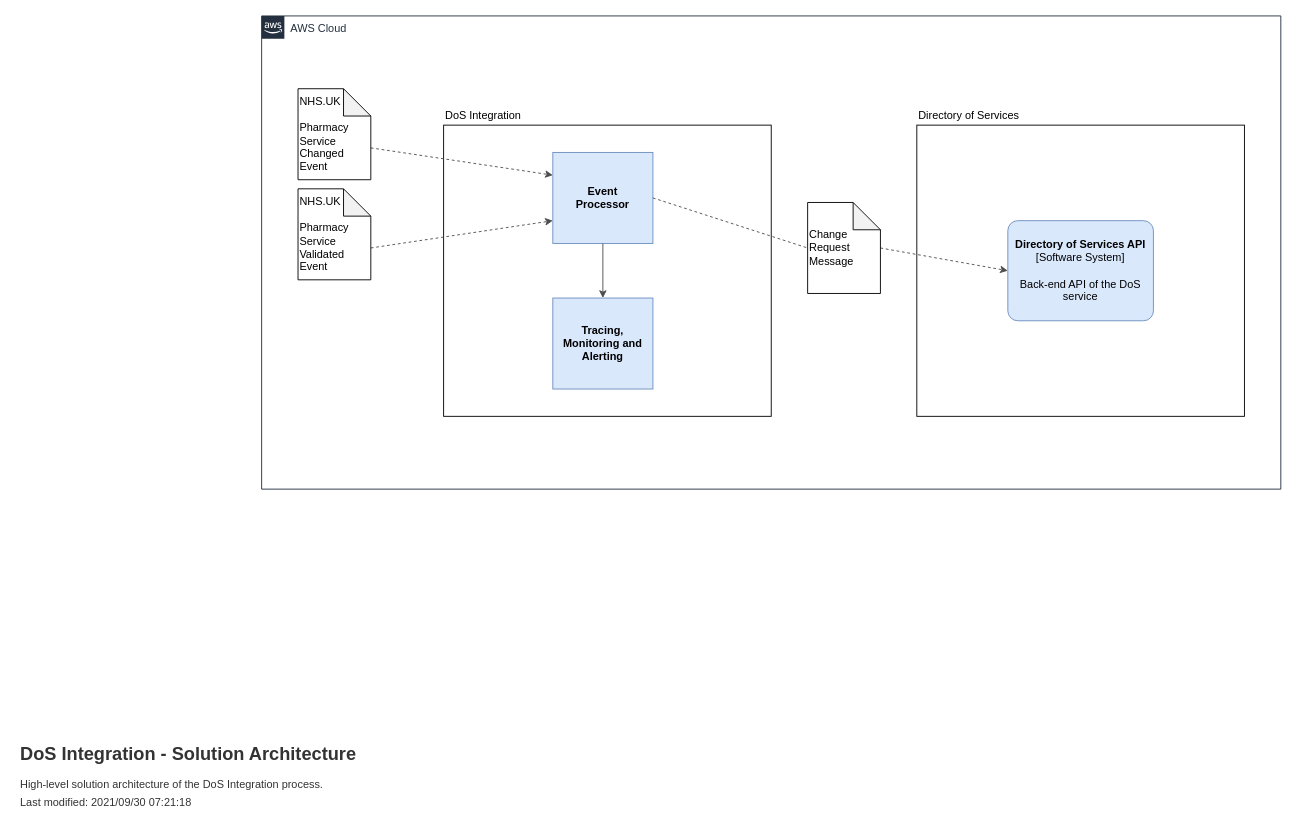
nhsd-exeter/dos-integration keeps this draw.io diagram as page "Solution Architecture" (4 of 5) of documentation/diagrams/DoS Integration.drawio. Above is the earlier version. Source tidied: cells renumbered, new cells numbered last; positions are measured from the earlier drawing's top-left corner, leaving out a move shared by most shapes. Both pictures are drawn from the tidied source at 91%, with x=0, y=0 at pixel (15, 15).
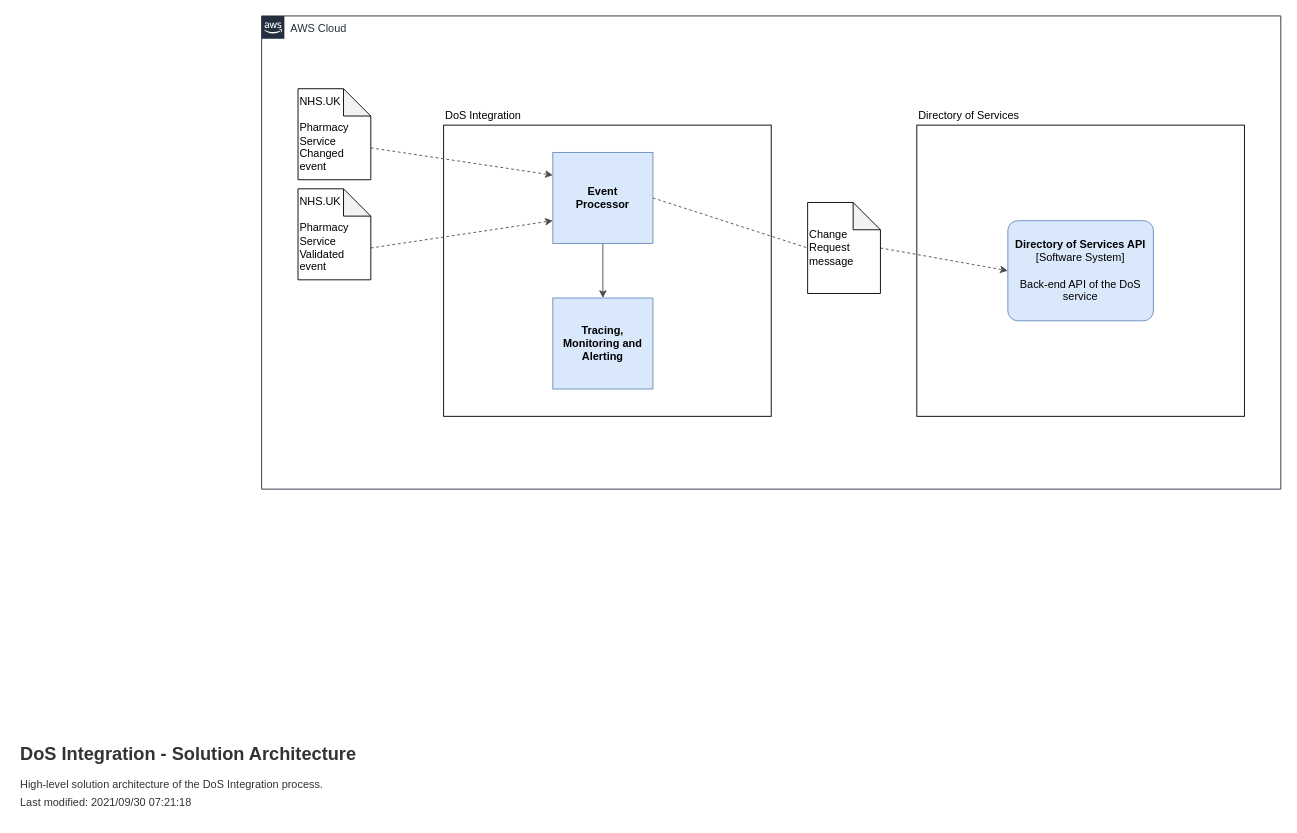
The same page after the edit.

Change to the diagram source:
```diff
@@
 <mxGraphModel>
   <root>
     <mxCell id="0" />
     <mxCell id="1" parent="0" />
     <mxCell id="2" value="AWS Cloud" style="gradientColor=none;html=1;whiteSpace=wrap;fontSize=12;fontStyle=0;shape=mxgraph.aws4.group;grIcon=mxgraph.aws4.group_aws_cloud_alt;strokeColor=#232F3E;fillColor=none;verticalAlign=top;align=left;spacingLeft=30;dashed=0;fontColor=#232F3E;" parent="1" vertex="1">
       <mxGeometry x="270" width="1120" height="520" as="geometry" />
     </mxCell>
     <mxCell id="3" style="rounded=0;whiteSpace=wrap;html=1;fillColor=none;" parent="1" vertex="1">
       <mxGeometry x="470" y="120" width="360" height="320" as="geometry" />
     </mxCell>
     <mxCell id="4" value="Event&lt;br&gt;Processor" style="rounded=0;whiteSpace=wrap;html=1;fillColor=#dae8fc;strokeColor=#6c8ebf;fontStyle=1;" parent="1" vertex="1">
       <mxGeometry x="590" y="150" width="110" height="100" as="geometry" />
     </mxCell>
     <mxCell id="5" value="DoS Integration" style="text;html=1;strokeColor=none;fillColor=none;align=left;verticalAlign=middle;whiteSpace=wrap;rounded=0;fontStyle=0;" parent="1" vertex="1">
       <mxGeometry x="470" y="100" width="360" height="20" as="geometry" />
     </mxCell>
     <mxCell id="6" value="Tracing, Monitoring and Alerting" style="rounded=0;whiteSpace=wrap;html=1;fillColor=#dae8fc;strokeColor=#6c8ebf;fontStyle=1;" parent="1" vertex="1">
       <mxGeometry x="590" y="310" width="110" height="100" as="geometry" />
     </mxCell>
     <mxCell id="7" style="endArrow=classic;html=1;exitX=1;exitY=0.5;exitDx=0;exitDy=0;strokeColor=#4D4D4D;dashed=1;entryX=0;entryY=0.5;entryDx=0;entryDy=0;entryPerimeter=0;startArrow=none;" parent="1" edge="1" source="17" target="16">
       <mxGeometry relative="1" as="geometry" />
     </mxCell>
     <mxCell id="8" style="endArrow=classic;html=1;strokeColor=#4D4D4D;entryX=0.5;entryY=0;entryDx=0;entryDy=0;" parent="1" edge="1" source="4" target="6">
       <mxGeometry relative="1" as="geometry" />
     </mxCell>
     <mxCell id="9" value="&lt;h1&gt;&lt;font style=&quot;font-size: 20px&quot;&gt;DoS Integration - Solution Architecture&lt;/font&gt;&lt;/h1&gt;&lt;p style=&quot;line-height: 70%&quot;&gt;High-level solution architecture of the DoS Integration process.&lt;/p&gt;&lt;p style=&quot;line-height: 70%&quot;&gt;Last modified: 2021/09/30 07:21:18&lt;/p&gt;" style="text;html=1;strokeColor=none;fillColor=none;spacing=5;spacingTop=-20;whiteSpace=wrap;overflow=hidden;rounded=0;fontColor=#333333;" parent="1" vertex="1">
       <mxGeometry y="790" width="496" height="90" as="geometry" />
     </mxCell>
     <mxCell id="10" style="endArrow=classic;html=1;strokeColor=#4D4D4D;dashed=1;entryX=0;entryY=0.25;entryDx=0;entryDy=0;exitX=0;exitY=0;exitDx=80;exitDy=65;exitPerimeter=0;" parent="1" edge="1" source="12" target="4">
       <mxGeometry relative="1" as="geometry" />
     </mxCell>
     <mxCell id="11" style="endArrow=classic;html=1;strokeColor=#4D4D4D;dashed=1;entryX=0;entryY=0.75;entryDx=0;entryDy=0;exitX=0;exitY=0;exitDx=80;exitDy=65;exitPerimeter=0;" parent="1" edge="1" source="13" target="4">
       <mxGeometry relative="1" as="geometry" />
     </mxCell>
-    <mxCell id="12" value="NHS.UK&lt;br&gt;&lt;br&gt;Pharmacy&lt;br&gt;Service&lt;br&gt;Changed&lt;br&gt;Event" style="shape=note;whiteSpace=wrap;html=1;backgroundOutline=1;darkOpacity=0.05;fillColor=none;align=left;" parent="1" vertex="1">
+    <mxCell id="12" value="NHS.UK&lt;br&gt;&lt;br&gt;Pharmacy&lt;br&gt;Service&lt;br&gt;Changed&lt;br&gt;event" style="shape=note;whiteSpace=wrap;html=1;backgroundOutline=1;darkOpacity=0.05;fillColor=none;align=left;" parent="1" vertex="1">
       <mxGeometry x="310" y="80" width="80" height="100" as="geometry" />
     </mxCell>
-    <mxCell id="13" value="NHS.UK&lt;br&gt;&lt;br&gt;Pharmacy&lt;br&gt;Service&lt;br&gt;Validated Event" style="shape=note;whiteSpace=wrap;html=1;backgroundOutline=1;darkOpacity=0.05;fillColor=none;align=left;" parent="1" vertex="1">
+    <mxCell id="13" value="NHS.UK&lt;br&gt;&lt;br&gt;Pharmacy&lt;br&gt;Service&lt;br&gt;Validated event" style="shape=note;whiteSpace=wrap;html=1;backgroundOutline=1;darkOpacity=0.05;fillColor=none;align=left;" parent="1" vertex="1">
       <mxGeometry x="310" y="190" width="80" height="100" as="geometry" />
     </mxCell>
     <mxCell id="14" style="rounded=0;whiteSpace=wrap;html=1;fillColor=none;" parent="1" vertex="1">
       <mxGeometry x="990" y="120" width="360" height="320" as="geometry" />
     </mxCell>
     <mxCell id="15" value="Directory of Services" style="text;html=1;strokeColor=none;fillColor=none;align=left;verticalAlign=middle;whiteSpace=wrap;rounded=0;fontStyle=0;" parent="1" vertex="1">
       <mxGeometry x="990" y="100" width="360" height="20" as="geometry" />
     </mxCell>
     <object id="16" label="&lt;b&gt;%c4Name%&lt;/b&gt;&lt;div&gt;[%c4Type%]&lt;/div&gt;&lt;br&gt;&lt;div&gt;%c4Description%&lt;/div&gt;" c4Description="Back-end API of the DoS service" c4Name="Directory of Services API" c4Type="Software System" placeholders="1">
       <mxCell style="rounded=1;whiteSpace=wrap;html=1;labelBackgroundColor=none;fillColor=#dae8fc;align=center;arcSize=10;strokeColor=#6c8ebf;metaData={&quot;c4Type&quot;:{&quot;editable&quot;:false}};points=[[0.25,0,0],[0.5,0,0],[0.75,0,0],[1,0.25,0],[1,0.5,0],[1,0.75,0],[0.75,1,0],[0.5,1,0],[0.25,1,0],[0,0.75,0],[0,0.5,0],[0,0.25,0]];" parent="1" vertex="1">
         <mxGeometry x="1090" y="225" width="160" height="110" as="geometry" />
       </mxCell>
     </object>
-    <mxCell id="17" value="Change Request Message" style="shape=note;whiteSpace=wrap;html=1;backgroundOutline=1;darkOpacity=0.05;fillColor=none;align=left;" parent="1" vertex="1">
+    <mxCell id="17" value="Change Request message" style="shape=note;whiteSpace=wrap;html=1;backgroundOutline=1;darkOpacity=0.05;fillColor=none;align=left;" parent="1" vertex="1">
       <mxGeometry x="870" y="205" width="80" height="100" as="geometry" />
     </mxCell>
     <mxCell id="18" style="endArrow=none;html=1;exitX=1;exitY=0.5;exitDx=0;exitDy=0;strokeColor=#4D4D4D;dashed=1;entryX=0;entryY=0.5;entryDx=0;entryDy=0;entryPerimeter=0;" parent="1" edge="1" source="4" target="17">
       <mxGeometry relative="1" as="geometry" />
     </mxCell>
   </root>
 </mxGraphModel>
```
